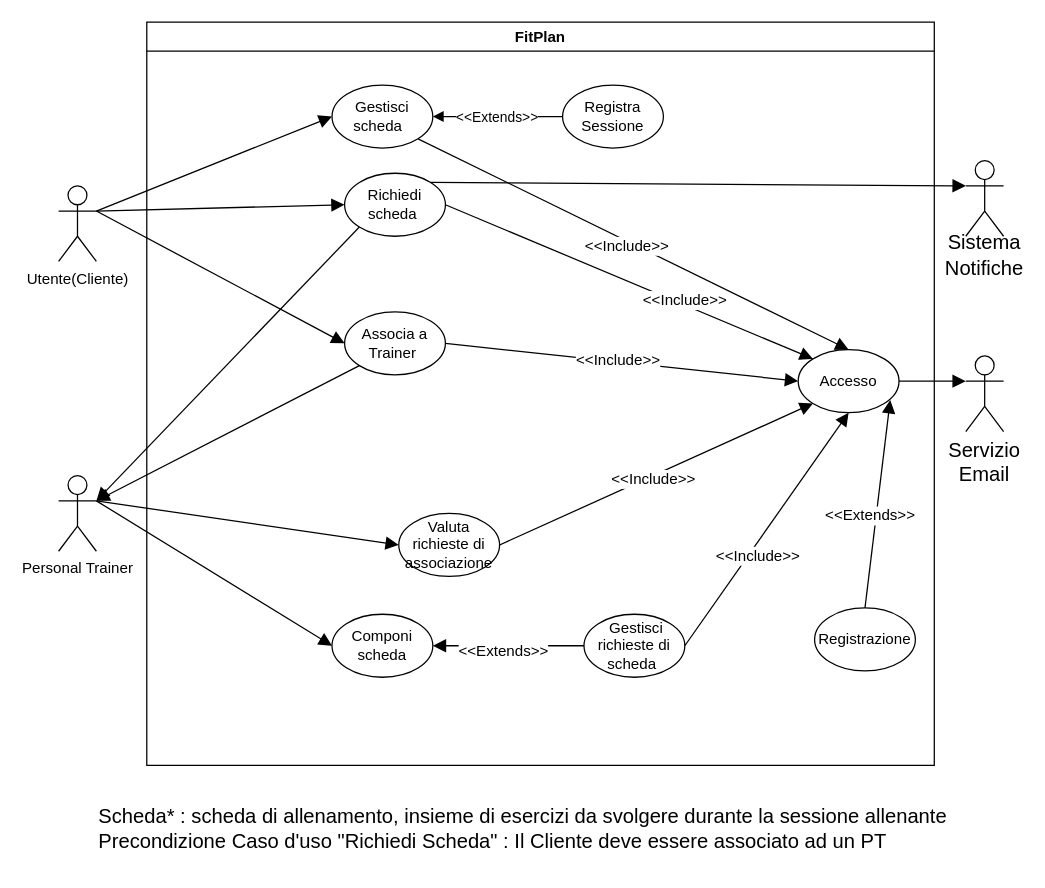
Before: UseCaseDiagram/UseCaseDiagram.drawio in FedericoSib/FitPlan, a draw.io diagram. Source tidied: cells renumbered, new cells numbered last; positions are measured from the earlier drawing's top-left corner, leaving out a move shared by most shapes. Both pictures are drawn from the tidied source at 126%, with x=0, y=0 at pixel (58, 21).
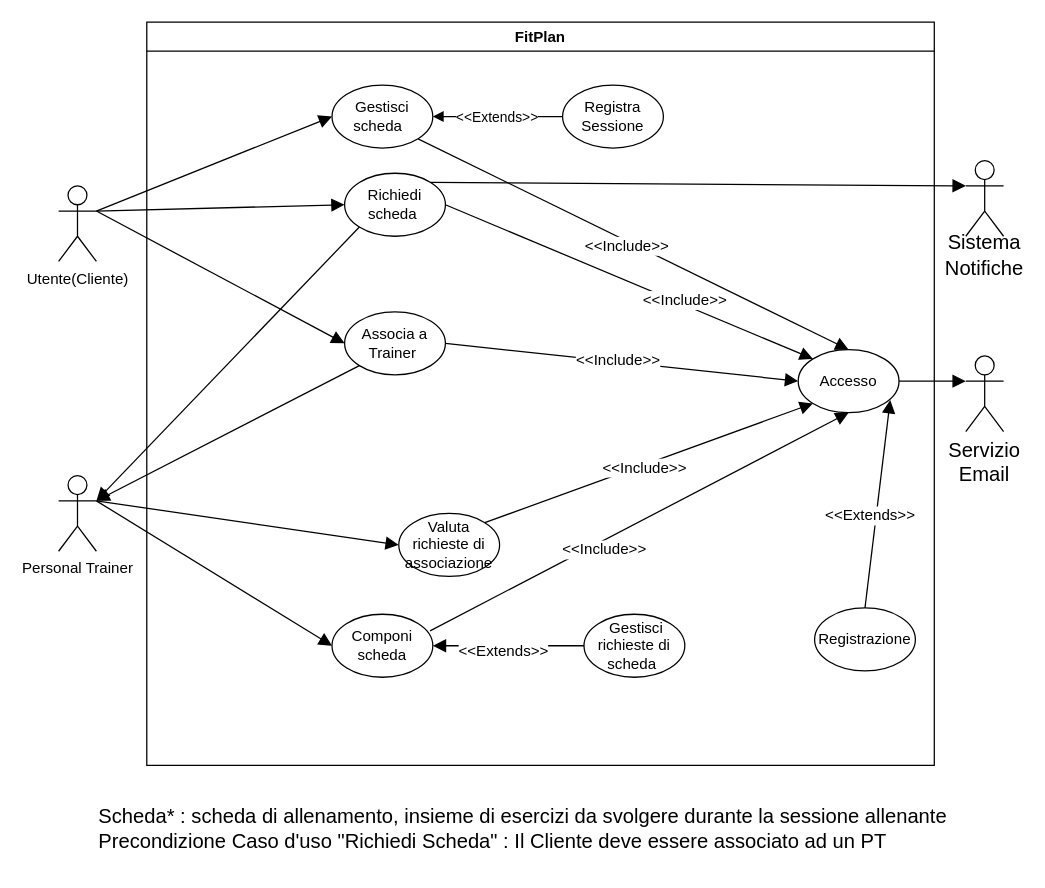
Above is the later version.

The change refers to these unchanged cells:
```xml
<mxCell id="2" value="FitPlan" style="swimlane;whiteSpace=wrap;html=1;" parent="1" vertex="1">
  <mxGeometry x="70" width="625" height="590" as="geometry" />
</mxCell>
<mxCell id="3" value="Accesso" style="ellipse;whiteSpace=wrap;html=1;" parent="2" vertex="1">
  <mxGeometry x="517" y="260" width="80" height="50" as="geometry" />
</mxCell>
<mxCell id="7" value="Valuta richieste di associazione" style="ellipse;whiteSpace=wrap;html=1;" parent="2" vertex="1">
  <mxGeometry x="200" y="390" width="80" height="50" as="geometry" />
</mxCell>
<mxCell id="10" value="Componi scheda" style="ellipse;whiteSpace=wrap;html=1;" parent="2" vertex="1">
  <mxGeometry x="147" y="470" width="80" height="50" as="geometry" />
</mxCell>
<mxCell id="11" value="&amp;nbsp;Gestisci richieste di scheda&amp;nbsp;" style="ellipse;whiteSpace=wrap;html=1;" parent="2" vertex="1">
  <mxGeometry x="347" y="470" width="80" height="50" as="geometry" />
</mxCell>
```

Diff of the diagram source:
```diff
@@
-    <mxCell id="14" style="edgeStyle=none;jettySize=auto;html=1;rounded=0;fontSize=12;startSize=8;endSize=8;curved=1;exitX=1;exitY=0.5;exitDx=0;exitDy=0;entryX=0;entryY=1;entryDx=0;entryDy=0;endArrow=block;endFill=1;" parent="2" edge="1" source="7" target="3">
+    <mxCell id="14" style="edgeStyle=none;jettySize=auto;html=1;rounded=0;fontSize=12;startSize=8;endSize=8;curved=1;exitX=1;exitY=0;exitDx=0;exitDy=0;entryX=0;entryY=1;entryDx=0;entryDy=0;endArrow=block;endFill=1;" parent="2" edge="1" source="7" target="3">
       <mxGeometry relative="1" as="geometry" />
     </mxCell>
@@
-    <mxCell id="16" style="edgeStyle=none;jettySize=auto;html=1;rounded=0;fontSize=12;startSize=8;endSize=8;curved=1;exitX=1;exitY=0.5;exitDx=0;exitDy=0;entryX=0.5;entryY=1;entryDx=0;entryDy=0;endArrow=block;endFill=1;" parent="2" edge="1" source="11" target="3">
+    <mxCell id="16" style="edgeStyle=none;jettySize=auto;html=1;rounded=0;fontSize=12;startSize=8;endSize=8;curved=1;exitX=0.973;exitY=0.263;exitDx=0;exitDy=0;entryX=0.5;entryY=1;entryDx=0;entryDy=0;endArrow=block;endFill=1;exitPerimeter=0;" parent="2" edge="1" source="10" target="3">
       <mxGeometry relative="1" as="geometry" />
     </mxCell>
```
